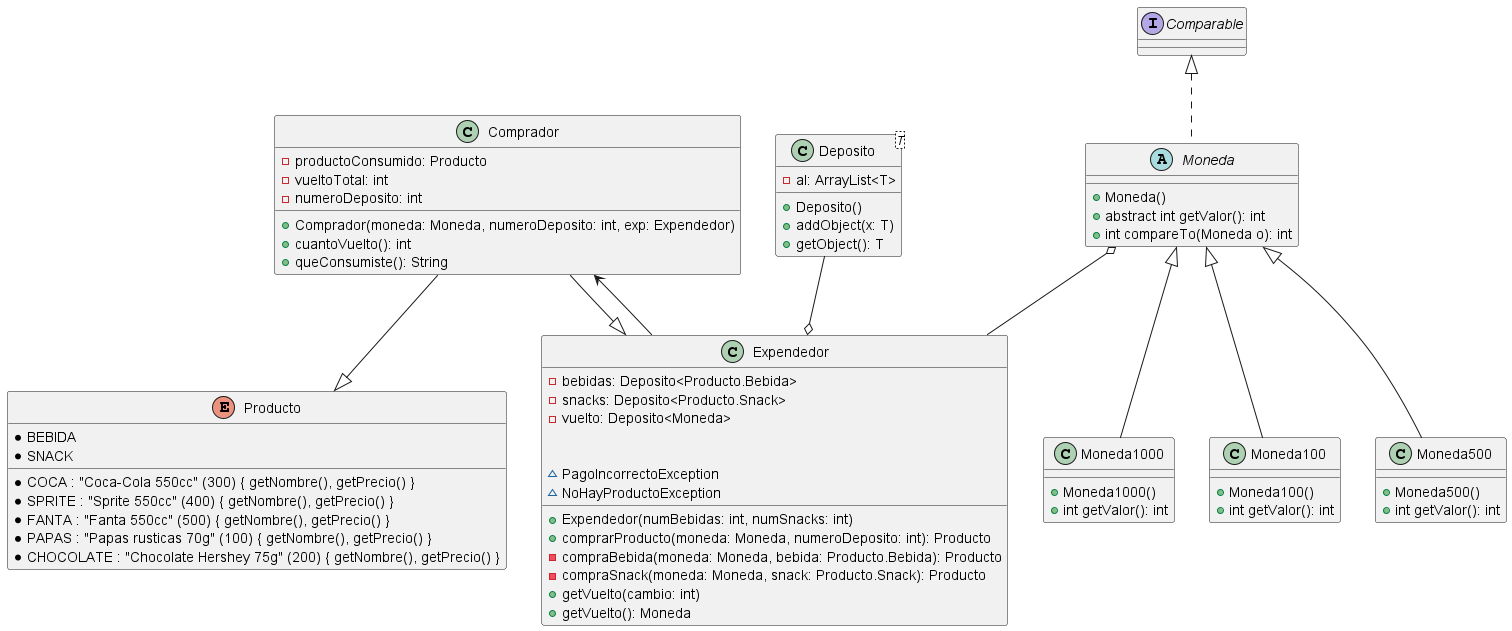
This is Diagrama.png from JorshSlimming/Expendedor, a PlantUML export, as it was before one commit. Its diagram source:
```plantuml
@startuml

class Comprador {
    - productoConsumido: Producto
    - vueltoTotal: int
    - numeroDeposito: int

    + Comprador(moneda: Moneda, numeroDeposito: int, exp: Expendedor)
    + cuantoVuelto(): int
    + queConsumiste(): String
}

class Expendedor {
  - bebidas: Deposito<Producto.Bebida>
  - snacks: Deposito<Producto.Snack>
  - vuelto: Deposito<Moneda>

  + Expendedor(numBebidas: int, numSnacks: int)
  + comprarProducto(moneda: Moneda, numeroDeposito: int): Producto
      - compraBebida(moneda: Moneda, bebida: Producto.Bebida): Producto
      - compraSnack(moneda: Moneda, snack: Producto.Snack): Producto
  + getVuelto(cambio: int)
  + getVuelto(): Moneda

  ~ PagoIncorrectoException
  ~ NoHayProductoException
}

enum Producto {
  * BEBIDA
    * COCA : "Coca-Cola 550cc" (300) { getNombre(), getPrecio() }
    * SPRITE : "Sprite 550cc" (400) { getNombre(), getPrecio() }
    * FANTA : "Fanta 550cc" (500) { getNombre(), getPrecio() }
  * SNACK
    * PAPAS : "Papas rusticas 70g" (100) { getNombre(), getPrecio() }
    * CHOCOLATE : "Chocolate Hershey 75g" (200) { getNombre(), getPrecio() }
}

class Deposito<T> {
    - al: ArrayList<T>

    + Deposito()
    + addObject(x: T)
    + getObject(): T
}

abstract class Moneda implements Comparable<Moneda> {

    + Moneda()
    + abstract int getValor(): int
    + int compareTo(Moneda o): int
}

class Moneda100 extends Moneda {

    + Moneda100()
    + int getValor(): int
}

class Moneda500 extends Moneda {

    + Moneda500()
    + int getValor(): int
}

class Moneda1000 extends Moneda {

    + Moneda1000()
    + int getValor(): int
}

Comprador --|> Expendedor
Expendedor --> Comprador
Comprador --|> Producto
Moneda o-- Expendedor
Deposito --o Expendedor

@enduml
```
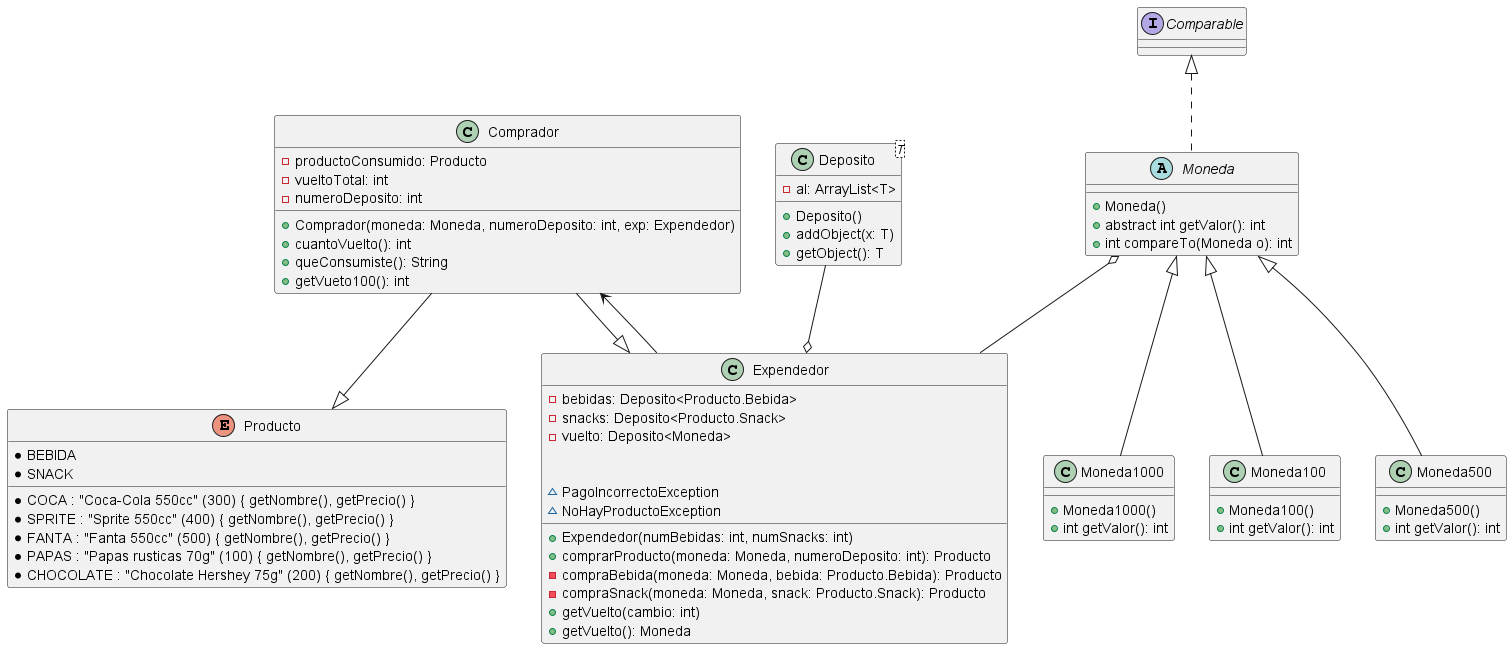
Later version of the same file.

Commit message:
Update Comprador y diagrama

Change to the diagram source:
```diff
@@ -8,6 +8,7 @@
     + Comprador(moneda: Moneda, numeroDeposito: int, exp: Expendedor)
     + cuantoVuelto(): int
     + queConsumiste(): String
+    + getVueto100(): int
 }
 
 class Expendedor {
```
